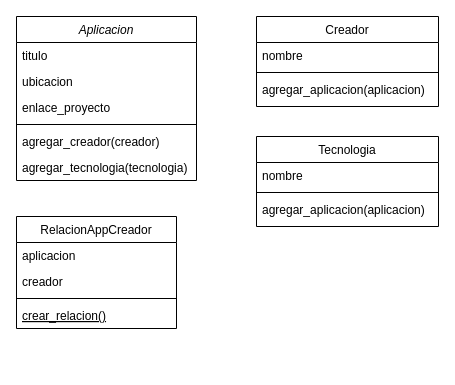
AngelaGS02/NeoDB keeps this draw.io diagram as Diagrama_de_Base_de_datos.drawio. Above is the earlier version. Source tidied: cells renumbered, new cells numbered last; positions are measured from the earlier drawing's top-left corner, leaving out a move shared by most shapes. Both pictures are drawn from the tidied source at 100%, with x=0, y=0 at pixel (16, 16).
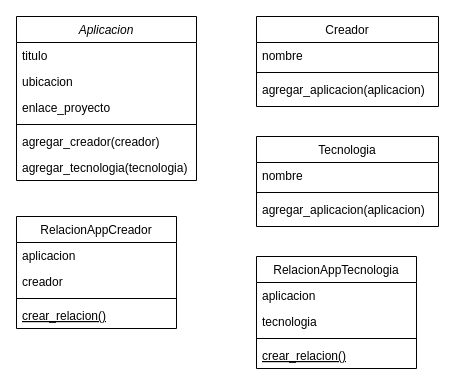
Above is the later version.

What changed in the source:
```diff
@@
+    <mxCell id="22" value="RelacionAppTecnologia" style="swimlane;fontStyle=0;align=center;verticalAlign=top;horizontal=1;startSize=26;rounded=0;shadow=0;strokeWidth=1;" parent="1" vertex="1">
+      <mxGeometry x="240" y="240" width="160" height="112" as="geometry" />
+    </mxCell>
+    <mxCell id="23" value="aplicacion" style="text;align=left;verticalAlign=top;spacingLeft=4;spacingRight=4;overflow=hidden;" parent="22" vertex="1">
+      <mxGeometry y="26" width="160" height="26" as="geometry" />
+    </mxCell>
+    <mxCell id="24" value="tecnologia" style="text;align=left;verticalAlign=top;spacingLeft=4;spacingRight=4;overflow=hidden;rounded=0;shadow=0;html=0;" parent="22" vertex="1">
+      <mxGeometry y="52" width="160" height="26" as="geometry" />
+    </mxCell>
+    <mxCell id="25" style="line;html=1;strokeWidth=1;align=left;verticalAlign=middle;spacingTop=-1;spacingLeft=3;spacingRight=3;labelPosition=right;" parent="22" vertex="1">
+      <mxGeometry y="78" width="160" height="8" as="geometry" />
+    </mxCell>
+    <mxCell id="26" value="crear_relacion()" style="text;align=left;verticalAlign=top;spacingLeft=4;spacingRight=4;overflow=hidden;fontStyle=4;" parent="22" vertex="1">
+      <mxGeometry y="86" width="160" height="26" as="geometry" />
+    </mxCell>
```
